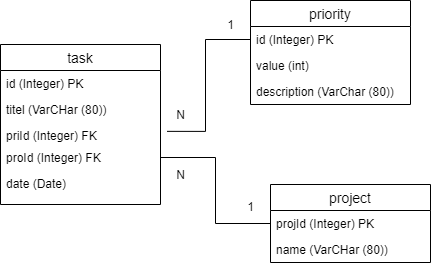
Before: Doku/Relationsschemata.png, a diagram exported from draw.io (jtuttas/FIAE_LF9). Source tidied: cells renumbered, new cells last; positions are measured from the earlier drawing's top-left corner, leaving out a move shared by most shapes.
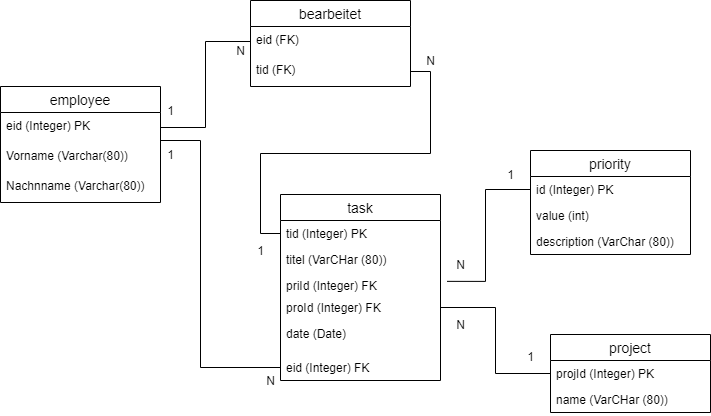
The same file after the commit.

Diff of the diagram source:
```diff
@@ -2,18 +2,6 @@
   <root>
     <mxCell id="0" />
     <mxCell id="1" parent="0" />
-    <mxCell id="2" value="task" style="swimlane;fontStyle=0;horizontal=1;startSize=26;align=center;fontSize=14;" parent="1" vertex="1">
-      <mxGeometry y="44" width="160" height="160" as="geometry" />
-    </mxCell>
-    <mxCell id="3" value="id (Integer) PK" style="text;strokeColor=none;fillColor=none;spacingLeft=4;spacingRight=4;overflow=hidden;points=[[0,0.5],[1,0.5]];portConstraint=eastwest;fontSize=12;" parent="2" vertex="1">
-      <mxGeometry y="26" width="160" height="26" as="geometry" />
-    </mxCell>
-    <mxCell id="4" value="titel (VarCHar (80))" style="text;strokeColor=none;fillColor=none;spacingLeft=4;spacingRight=4;overflow=hidden;fontSize=12;" parent="2" vertex="1">
-      <mxGeometry y="52" width="160" height="26" as="geometry" />
-    </mxCell>
-    <mxCell id="5" value="priId (Integer) FK" style="text;strokeColor=none;fillColor=none;spacingLeft=4;spacingRight=4;overflow=hidden;points=[[0,0.5],[1,0.5]];portConstraint=eastwest;fontSize=12;" parent="2" vertex="1">
-      <mxGeometry y="78" width="160" height="82" as="geometry" />
-    </mxCell>
     <mxCell id="6" value="proId (Integer) FK" style="text;strokeColor=none;fillColor=none;spacingLeft=4;spacingRight=4;overflow=hidden;points=[[0,0.5],[1,0.5]];portConstraint=eastwest;fontSize=12;" parent="1" vertex="1">
       <mxGeometry y="144" width="160" height="26" as="geometry" />
     </mxCell>
@@ -32,6 +20,27 @@
     <mxCell id="11" value="1" style="text;html=1;align=center;verticalAlign=middle;fillColor=none;strokeColor=none;rounded=0;" parent="1" vertex="1">
       <mxGeometry x="240" y="196" width="20" height="20" as="geometry" />
     </mxCell>
+    <mxCell id="15" value="N" style="text;html=1;align=center;verticalAlign=middle;fillColor=none;strokeColor=none;rounded=0;" parent="1" vertex="1">
+      <mxGeometry x="170" y="164" width="20" height="20" as="geometry" />
+    </mxCell>
+    <mxCell id="16" value="N" style="text;html=1;align=center;verticalAlign=middle;" parent="1" vertex="1">
+      <mxGeometry x="170" y="104" width="20" height="20" as="geometry" />
+    </mxCell>
+    <mxCell id="2" value="task" style="swimlane;fontStyle=0;horizontal=1;startSize=26;align=center;fontSize=14;" parent="1" vertex="1">
+      <mxGeometry y="44" width="160" height="186" as="geometry" />
+    </mxCell>
+    <mxCell id="3" value="tid (Integer) PK" style="text;strokeColor=none;fillColor=none;spacingLeft=4;spacingRight=4;overflow=hidden;points=[[0,0.5],[1,0.5]];portConstraint=eastwest;fontSize=12;" parent="2" vertex="1">
+      <mxGeometry y="26" width="160" height="26" as="geometry" />
+    </mxCell>
+    <mxCell id="4" value="titel (VarCHar (80))" style="text;strokeColor=none;fillColor=none;spacingLeft=4;spacingRight=4;overflow=hidden;fontSize=12;" parent="2" vertex="1">
+      <mxGeometry y="52" width="160" height="26" as="geometry" />
+    </mxCell>
+    <mxCell id="5" value="priId (Integer) FK" style="text;strokeColor=none;fillColor=none;spacingLeft=4;spacingRight=4;overflow=hidden;points=[[0,0.5],[1,0.5]];portConstraint=eastwest;fontSize=12;" parent="2" vertex="1">
+      <mxGeometry y="78" width="160" height="82" as="geometry" />
+    </mxCell>
+    <mxCell id="21" value="eid (Integer) FK" style="text;strokeColor=none;fillColor=none;spacingLeft=4;spacingRight=4;overflow=hidden;points=[[0,0.5],[1,0.5]];portConstraint=eastwest;fontSize=12;" parent="2" vertex="1">
+      <mxGeometry y="160" width="160" height="26" as="geometry" />
+    </mxCell>
     <mxCell id="12" value="project" style="swimlane;fontStyle=0;horizontal=1;startSize=26;align=center;fontSize=14;" parent="1" vertex="1">
       <mxGeometry x="270" y="184" width="160" height="78" as="geometry" />
     </mxCell>
@@ -41,12 +50,6 @@
     <mxCell id="14" value="name (VarCHar (80))" style="text;strokeColor=none;fillColor=none;spacingLeft=4;spacingRight=4;overflow=hidden;fontSize=12;" parent="12" vertex="1">
       <mxGeometry y="52" width="160" height="26" as="geometry" />
     </mxCell>
-    <mxCell id="15" value="N" style="text;html=1;align=center;verticalAlign=middle;fillColor=none;strokeColor=none;rounded=0;" parent="1" vertex="1">
-      <mxGeometry x="170" y="164" width="20" height="20" as="geometry" />
-    </mxCell>
-    <mxCell id="16" value="N" style="text;html=1;align=center;verticalAlign=middle;" parent="1" vertex="1">
-      <mxGeometry x="170" y="104" width="20" height="20" as="geometry" />
-    </mxCell>
     <mxCell id="17" value="priority" style="swimlane;fontStyle=0;horizontal=1;startSize=26;align=center;fontSize=14;" parent="1" vertex="1">
       <mxGeometry x="250" width="160" height="104" as="geometry" />
     </mxCell>
@@ -59,5 +62,58 @@
     <mxCell id="20" value="description (VarChar (80))" style="text;strokeColor=none;fillColor=none;spacingLeft=4;spacingRight=4;overflow=hidden;fontSize=12;" parent="17" vertex="1">
       <mxGeometry y="78" width="160" height="26" as="geometry" />
     </mxCell>
+    <mxCell id="22" style="rounded=0;jettySize=auto;html=1;entryX=0;entryY=0.5;entryDx=0;entryDy=0;edgeStyle=orthogonalEdgeStyle;endArrow=none;endFill=0;exitX=1;exitY=0.5;exitDx=0;exitDy=0;" parent="1" edge="1" source="28" target="24">
+      <mxGeometry relative="1" as="geometry" />
+    </mxCell>
+    <mxCell id="23" value="bearbeitet" style="swimlane;fontStyle=0;horizontal=1;startSize=26;align=center;fontSize=14;" parent="1" vertex="1">
+      <mxGeometry x="-30" y="-150" width="160" height="86" as="geometry" />
+    </mxCell>
+    <mxCell id="24" value="eid (FK)" style="text;strokeColor=none;fillColor=none;spacingLeft=4;spacingRight=4;overflow=hidden;points=[[0,0.5],[1,0.5]];portConstraint=eastwest;fontSize=12;" parent="23" vertex="1">
+      <mxGeometry y="26" width="160" height="30" as="geometry" />
+    </mxCell>
+    <mxCell id="25" value="tid (FK)" style="text;strokeColor=none;fillColor=none;spacingLeft=4;spacingRight=4;overflow=hidden;points=[[0,0.5],[1,0.5]];portConstraint=eastwest;fontSize=12;" parent="23" vertex="1">
+      <mxGeometry y="56" width="160" height="30" as="geometry" />
+    </mxCell>
+    <mxCell id="26" style="edgeStyle=orthogonalEdgeStyle;rounded=0;jettySize=auto;html=1;entryX=0;entryY=0.5;entryDx=0;entryDy=0;endArrow=none;endFill=0;" parent="1" edge="1" source="25" target="3">
+      <mxGeometry relative="1" as="geometry" />
+    </mxCell>
+    <mxCell id="27" value="employee" style="swimlane;fontStyle=0;horizontal=1;startSize=26;align=center;fontSize=14;" parent="1" vertex="1">
+      <mxGeometry x="-280" y="-64" width="160" height="116" as="geometry" />
+    </mxCell>
+    <mxCell id="28" value="eid (Integer) PK" style="text;strokeColor=none;fillColor=none;spacingLeft=4;spacingRight=4;overflow=hidden;points=[[0,0.5],[1,0.5]];portConstraint=eastwest;fontSize=12;" parent="27" vertex="1">
+      <mxGeometry y="26" width="160" height="30" as="geometry" />
+    </mxCell>
+    <mxCell id="29" value="Vorname (Varchar(80))" style="text;strokeColor=none;fillColor=none;spacingLeft=4;spacingRight=4;overflow=hidden;fontSize=12;" parent="27" vertex="1">
+      <mxGeometry y="56" width="160" height="30" as="geometry" />
+    </mxCell>
+    <mxCell id="30" value="Nachnname (Varchar(80))" style="text;strokeColor=none;fillColor=none;spacingLeft=4;spacingRight=4;overflow=hidden;fontSize=12;" parent="27" vertex="1">
+      <mxGeometry y="86" width="160" height="30" as="geometry" />
+    </mxCell>
+    <mxCell id="31" style="edgeStyle=orthogonalEdgeStyle;rounded=0;jettySize=auto;html=1;entryX=0;entryY=0.5;entryDx=0;entryDy=0;endArrow=none;endFill=0;" parent="1" edge="1" source="28" target="21">
+      <mxGeometry relative="1" as="geometry">
+        <Array as="points">
+          <mxPoint x="-80" y="-10" />
+          <mxPoint x="-80" y="217" />
+        </Array>
+      </mxGeometry>
+    </mxCell>
+    <mxCell id="32" value="1" style="text;html=1;align=center;verticalAlign=middle;fillColor=none;strokeColor=none;rounded=0;" parent="1" vertex="1">
+      <mxGeometry x="-120" y="-50" width="20" height="20" as="geometry" />
+    </mxCell>
+    <mxCell id="33" value="1" style="text;html=1;align=center;verticalAlign=middle;fillColor=none;strokeColor=none;rounded=0;" parent="1" vertex="1">
+      <mxGeometry x="-120" y="-6" width="20" height="20" as="geometry" />
+    </mxCell>
+    <mxCell id="34" value="N" style="text;html=1;align=center;verticalAlign=middle;" parent="1" vertex="1">
+      <mxGeometry x="-50" y="-110" width="20" height="20" as="geometry" />
+    </mxCell>
+    <mxCell id="35" value="N" style="text;html=1;align=center;verticalAlign=middle;" parent="1" vertex="1">
+      <mxGeometry x="-20" y="220" width="20" height="20" as="geometry" />
+    </mxCell>
+    <mxCell id="36" value="N" style="text;html=1;align=center;verticalAlign=middle;" parent="1" vertex="1">
+      <mxGeometry x="140" y="-100" width="20" height="20" as="geometry" />
+    </mxCell>
+    <mxCell id="37" value="1" style="text;html=1;align=center;verticalAlign=middle;fillColor=none;strokeColor=none;rounded=0;" parent="1" vertex="1">
+      <mxGeometry x="-30" y="90" width="20" height="20" as="geometry" />
+    </mxCell>
   </root>
 </mxGraphModel>
```
